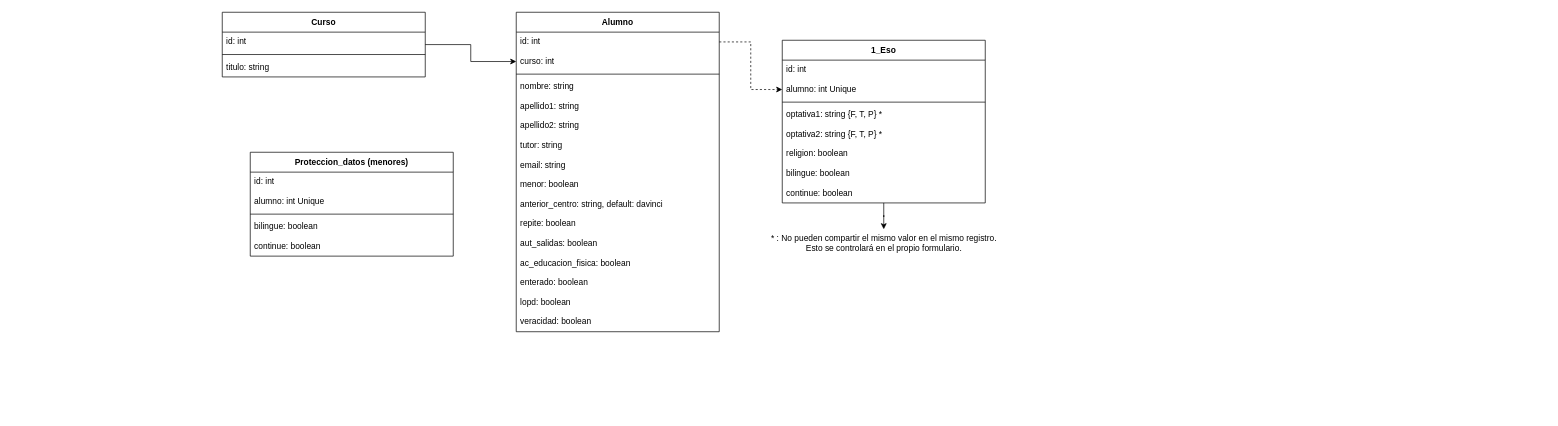
Before: Proyecto-Matricula-Online.drawio in Buhuk/diagramas, a draw.io diagram. Source tidied: cells renumbered, new cells numbered last; positions are measured from the earlier drawing's top-left corner, leaving out a move shared by most shapes. Both pictures are drawn from the tidied source at 70%, with x=0, y=0 at pixel (222, 12).
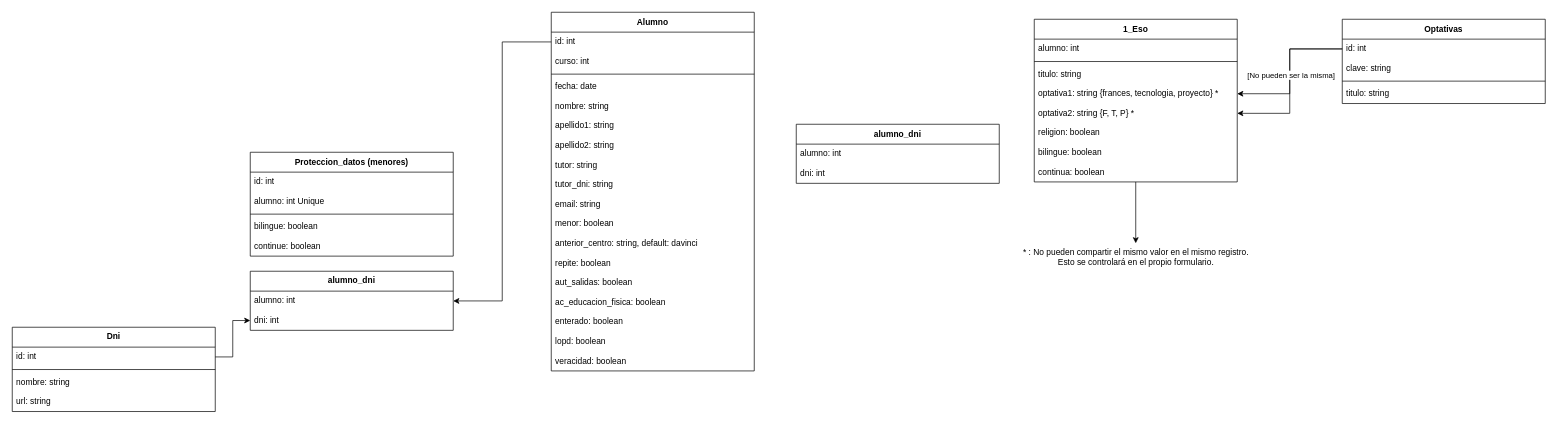
Above is the later version.

The change refers to these unchanged cells:
```xml
<mxCell id="3" value="id: int" style="text;strokeColor=none;fillColor=none;align=left;verticalAlign=top;spacingLeft=4;spacingRight=4;overflow=hidden;points=[[0,0.5],[1,0.5]];portConstraint=eastwest;" parent="2" vertex="1">
  <mxGeometry y="28.4" width="290" height="28" as="geometry" />
</mxCell>
<mxCell id="4" value="curso: int" style="text;strokeColor=none;fillColor=none;align=left;verticalAlign=top;spacingLeft=4;spacingRight=4;overflow=hidden;points=[[0,0.5],[1,0.5]];portConstraint=eastwest;" parent="2" vertex="1">
  <mxGeometry y="56.4" width="290" height="28" as="geometry" />
</mxCell>
<mxCell id="30" value="optativa2: string {F, T, P} *" style="text;strokeColor=none;fillColor=none;align=left;verticalAlign=top;spacingLeft=4;spacingRight=4;overflow=hidden;points=[[0,0.5],[1,0.5]];portConstraint=eastwest;" parent="25" vertex="1">
  <mxGeometry y="120.4" width="290" height="28" as="geometry" />
</mxCell>
```

Change to the diagram source:
```diff
@@
     <mxCell id="2" value="Alumno" style="swimlane;fontStyle=1;align=center;verticalAlign=top;horizontal=1;startSize=28.4;" parent="1" vertex="1">
-      <mxGeometry x="420" width="290" height="456.4" as="geometry" />
+      <mxGeometry x="470" width="290" height="512.4" as="geometry" />
     </mxCell>
@@
+    <mxCell id="42" value="fecha: date" style="text;strokeColor=none;fillColor=none;align=left;verticalAlign=top;spacingLeft=4;spacingRight=4;overflow=hidden;" parent="2" vertex="1">
+      <mxGeometry y="92.4" width="290" height="28" as="geometry" />
+    </mxCell>
     <mxCell id="6" value="nombre: string" style="text;strokeColor=none;fillColor=none;align=left;verticalAlign=top;spacingLeft=4;spacingRight=4;overflow=hidden;" parent="2" vertex="1">
-      <mxGeometry y="92.4" width="290" height="28" as="geometry" />
+      <mxGeometry y="120.4" width="290" height="28" as="geometry" />
     </mxCell>
     <mxCell id="7" value="apellido1: string" style="text;strokeColor=none;fillColor=none;align=left;verticalAlign=top;spacingLeft=4;spacingRight=4;overflow=hidden;" parent="2" vertex="1">
-      <mxGeometry y="120.4" width="290" height="28" as="geometry" />
+      <mxGeometry y="148.4" width="290" height="28" as="geometry" />
     </mxCell>
     <mxCell id="8" value="apellido2: string" style="text;strokeColor=none;fillColor=none;align=left;verticalAlign=top;spacingLeft=4;spacingRight=4;overflow=hidden;" parent="2" vertex="1">
-      <mxGeometry y="148.4" width="290" height="28" as="geometry" />
+      <mxGeometry y="176.4" width="290" height="28" as="geometry" />
     </mxCell>
     <mxCell id="9" value="tutor: string" style="text;strokeColor=none;fillColor=none;align=left;verticalAlign=top;spacingLeft=4;spacingRight=4;overflow=hidden;" parent="2" vertex="1">
-      <mxGeometry y="176.4" width="290" height="28" as="geometry" />
+      <mxGeometry y="204.4" width="290" height="28" as="geometry" />
     </mxCell>
+    <mxCell id="43" value="tutor_dni: string" style="text;strokeColor=none;fillColor=none;align=left;verticalAlign=top;spacingLeft=4;spacingRight=4;overflow=hidden;" parent="2" vertex="1">
+      <mxGeometry y="232.4" width="290" height="28" as="geometry" />
+    </mxCell>
     <mxCell id="10" value="email: string" style="text;strokeColor=none;fillColor=none;align=left;verticalAlign=top;spacingLeft=4;spacingRight=4;overflow=hidden;" parent="2" vertex="1">
-      <mxGeometry y="204.4" width="290" height="28" as="geometry" />
+      <mxGeometry y="260.4" width="290" height="28" as="geometry" />
     </mxCell>
     <mxCell id="11" value="menor: boolean" style="text;strokeColor=none;fillColor=none;align=left;verticalAlign=top;spacingLeft=4;spacingRight=4;overflow=hidden;" parent="2" vertex="1">
-      <mxGeometry y="232.4" width="290" height="28" as="geometry" />
+      <mxGeometry y="288.4" width="290" height="28" as="geometry" />
     </mxCell>
     <mxCell id="12" value="anterior_centro: string, default: davinci" style="text;strokeColor=none;fillColor=none;align=left;verticalAlign=top;spacingLeft=4;spacingRight=4;overflow=hidden;" parent="2" vertex="1">
-      <mxGeometry y="260.4" width="290" height="28" as="geometry" />
+      <mxGeometry y="316.4" width="290" height="28" as="geometry" />
     </mxCell>
     <mxCell id="13" value="repite: boolean" style="text;strokeColor=none;fillColor=none;align=left;verticalAlign=top;spacingLeft=4;spacingRight=4;overflow=hidden;" parent="2" vertex="1">
-      <mxGeometry y="288.4" width="290" height="28" as="geometry" />
+      <mxGeometry y="344.4" width="290" height="28" as="geometry" />
     </mxCell>
     <mxCell id="14" value="aut_salidas: boolean" style="text;strokeColor=none;fillColor=none;align=left;verticalAlign=top;spacingLeft=4;spacingRight=4;overflow=hidden;" parent="2" vertex="1">
-      <mxGeometry y="316.4" width="290" height="28" as="geometry" />
+      <mxGeometry y="372.4" width="290" height="28" as="geometry" />
     </mxCell>
     <mxCell id="15" value="ac_educacion_fisica: boolean" style="text;strokeColor=none;fillColor=none;align=left;verticalAlign=top;spacingLeft=4;spacingRight=4;overflow=hidden;" parent="2" vertex="1">
-      <mxGeometry y="344.4" width="290" height="28" as="geometry" />
+      <mxGeometry y="400.4" width="290" height="28" as="geometry" />
     </mxCell>
     <mxCell id="16" value="enterado: boolean" style="text;strokeColor=none;fillColor=none;align=left;verticalAlign=top;spacingLeft=4;spacingRight=4;overflow=hidden;" parent="2" vertex="1">
-      <mxGeometry y="372.4" width="290" height="28" as="geometry" />
+      <mxGeometry y="428.4" width="290" height="28" as="geometry" />
     </mxCell>
     <mxCell id="17" value="lopd: boolean" style="text;strokeColor=none;fillColor=none;align=left;verticalAlign=top;spacingLeft=4;spacingRight=4;overflow=hidden;" parent="2" vertex="1">
-      <mxGeometry y="400.4" width="290" height="28" as="geometry" />
+      <mxGeometry y="456.4" width="290" height="28" as="geometry" />
     </mxCell>
     <mxCell id="18" value="veracidad: boolean" style="text;strokeColor=none;fillColor=none;align=left;verticalAlign=top;spacingLeft=4;spacingRight=4;overflow=hidden;" parent="2" vertex="1">
-      <mxGeometry y="428.4" width="290" height="28" as="geometry" />
+      <mxGeometry y="484.4" width="290" height="28" as="geometry" />
     </mxCell>
-    <mxCell id="19" style="edgeStyle=orthogonalEdgeStyle;rounded=0;jettySize=auto;html=1;" parent="1" edge="1" source="20" target="4">
-      <mxGeometry relative="1" as="geometry" />
-    </mxCell>
-    <mxCell id="20" value="Curso" style="swimlane;fontStyle=1;align=center;verticalAlign=top;horizontal=1;startSize=28.4;" parent="1" vertex="1">
-      <mxGeometry width="290" height="92.4" as="geometry" />
-    </mxCell>
-    <mxCell id="21" value="id: int" style="text;strokeColor=none;fillColor=none;align=left;verticalAlign=top;spacingLeft=4;spacingRight=4;overflow=hidden;" parent="20" vertex="1">
-      <mxGeometry y="28.4" width="290" height="28" as="geometry" />
-    </mxCell>
-    <mxCell id="22" style="line;strokeWidth=1;fillColor=none;align=left;verticalAlign=middle;spacingTop=-1;spacingLeft=3;spacingRight=3;labelPosition=right;strokeColor=inherit;" parent="20" vertex="1">
-      <mxGeometry y="56.4" width="290" height="8" as="geometry" />
-    </mxCell>
-    <mxCell id="23" value="titulo: string" style="text;strokeColor=none;fillColor=none;align=left;verticalAlign=top;spacingLeft=4;spacingRight=4;overflow=hidden;" parent="20" vertex="1">
-      <mxGeometry y="64.4" width="290" height="28" as="geometry" />
-    </mxCell>
@@
     <mxCell id="25" value="1_Eso" style="swimlane;fontStyle=1;align=center;verticalAlign=top;horizontal=1;startSize=28.4;" parent="1" vertex="1">
-      <mxGeometry x="800" y="40" width="290" height="232.4" as="geometry" />
+      <mxGeometry x="1160" y="10" width="290" height="232.4" as="geometry" />
     </mxCell>
-    <mxCell id="26" value="id: int" style="text;strokeColor=none;fillColor=none;align=left;verticalAlign=top;spacingLeft=4;spacingRight=4;overflow=hidden;" parent="25" vertex="1">
-      <mxGeometry y="28.4" width="290" height="28" as="geometry" />
-    </mxCell>
-    <mxCell id="27" value="alumno: int Unique" style="text;strokeColor=none;fillColor=none;align=left;verticalAlign=top;spacingLeft=4;spacingRight=4;overflow=hidden;points=[[0,0.5],[1,0.5]];portConstraint=eastwest;" parent="25" vertex="1">
-      <mxGeometry y="56.4" width="290" height="28" as="geometry" />
-    </mxCell>
+    <mxCell id="44" value="alumno: int" style="text;strokeColor=none;fillColor=none;align=left;verticalAlign=top;spacingLeft=4;spacingRight=4;overflow=hidden;" parent="25" vertex="1">
+      <mxGeometry y="28.4" width="290" height="28" as="geometry" />
+    </mxCell>
     <mxCell id="28" style="line;strokeWidth=1;fillColor=none;align=left;verticalAlign=middle;spacingTop=-1;spacingLeft=3;spacingRight=3;labelPosition=right;strokeColor=inherit;" parent="25" vertex="1">
-      <mxGeometry y="84.4" width="290" height="8" as="geometry" />
+      <mxGeometry y="56.4" width="290" height="8" as="geometry" />
     </mxCell>
+    <mxCell id="23" value="titulo: string" style="text;strokeColor=none;fillColor=none;align=left;verticalAlign=top;spacingLeft=4;spacingRight=4;overflow=hidden;" parent="25" vertex="1">
+      <mxGeometry y="64.4" width="290" height="28" as="geometry" />
+    </mxCell>
-    <mxCell id="29" value="optativa1: string {F, T, P} *" style="text;strokeColor=none;fillColor=none;align=left;verticalAlign=top;spacingLeft=4;spacingRight=4;overflow=hidden;points=[[0,0.5],[1,0.5]];portConstraint=eastwest;" parent="25" vertex="1">
+    <mxCell id="29" value="optativa1: string {frances, tecnologia, proyecto} *" style="text;strokeColor=none;fillColor=none;align=left;verticalAlign=top;spacingLeft=4;spacingRight=4;overflow=hidden;points=[[0,0.5],[1,0.5]];portConstraint=eastwest;" parent="25" vertex="1">
       <mxGeometry y="92.4" width="290" height="28" as="geometry" />
     </mxCell>
@@
-    <mxCell id="33" value="continue: boolean" style="text;strokeColor=none;fillColor=none;align=left;verticalAlign=top;spacingLeft=4;spacingRight=4;overflow=hidden;" parent="25" vertex="1">
+    <mxCell id="33" value="continua: boolean" style="text;strokeColor=none;fillColor=none;align=left;verticalAlign=top;spacingLeft=4;spacingRight=4;overflow=hidden;" parent="25" vertex="1">
       <mxGeometry y="204.4" width="290" height="28" as="geometry" />
     </mxCell>
-    <mxCell id="34" style="edgeStyle=orthogonalEdgeStyle;rounded=0;jettySize=auto;html=1;exitX=1;exitY=0.5;exitDx=0;exitDy=0;dashed=1;" parent="1" edge="1" source="3" target="27">
-      <mxGeometry relative="1" as="geometry" />
-    </mxCell>
     <mxCell id="35" value="* : No pueden compartir el mismo valor en el mismo registro.&lt;br&gt;Esto se controlará en el propio formulario." style="text;html=1;align=center;verticalAlign=middle;points=[];strokeColor=none;fillColor=none;" parent="1" vertex="1">
-      <mxGeometry x="765" y="310" width="360" height="40" as="geometry" />
+      <mxGeometry x="1125" y="330" width="360" height="40" as="geometry" />
     </mxCell>
@@
+    <mxCell id="45" value="alumno_dni" style="swimlane;fontStyle=1;align=center;verticalAlign=top;horizontal=1;startSize=28.4;" parent="1" vertex="1">
+      <mxGeometry x="40" y="370" width="290" height="84.4" as="geometry" />
+    </mxCell>
+    <mxCell id="46" value="alumno: int" style="text;strokeColor=none;fillColor=none;align=left;verticalAlign=top;spacingLeft=4;spacingRight=4;overflow=hidden;points=[[0,0.5],[1,0.5]];portConstraint=eastwest;" parent="45" vertex="1">
+      <mxGeometry y="28.4" width="290" height="28" as="geometry" />
+    </mxCell>
+    <mxCell id="47" value="dni: int" style="text;strokeColor=none;fillColor=none;align=left;verticalAlign=top;spacingLeft=4;spacingRight=4;overflow=hidden;points=[[0,0.5],[1,0.5]];portConstraint=eastwest;" parent="45" vertex="1">
+      <mxGeometry y="56.4" width="290" height="28" as="geometry" />
+    </mxCell>
+    <mxCell id="48" value="Dni" style="swimlane;fontStyle=1;align=center;verticalAlign=top;horizontal=1;startSize=28.4;" parent="1" vertex="1">
+      <mxGeometry x="-300" y="450" width="290" height="120.4" as="geometry" />
+    </mxCell>
+    <mxCell id="49" value="id: int" style="text;strokeColor=none;fillColor=none;align=left;verticalAlign=top;spacingLeft=4;spacingRight=4;overflow=hidden;points=[[0,0.5],[1,0.5]];portConstraint=eastwest;" parent="48" vertex="1">
+      <mxGeometry y="28.4" width="290" height="28" as="geometry" />
+    </mxCell>
+    <mxCell id="22" style="line;strokeWidth=1;fillColor=none;align=left;verticalAlign=middle;spacingTop=-1;spacingLeft=3;spacingRight=3;labelPosition=right;strokeColor=inherit;" parent="48" vertex="1">
+      <mxGeometry y="56.4" width="290" height="8" as="geometry" />
+    </mxCell>
+    <mxCell id="50" value="nombre: string" style="text;strokeColor=none;fillColor=none;align=left;verticalAlign=top;spacingLeft=4;spacingRight=4;overflow=hidden;" parent="48" vertex="1">
+      <mxGeometry y="64.4" width="290" height="28" as="geometry" />
+    </mxCell>
+    <mxCell id="51" value="url: string" style="text;strokeColor=none;fillColor=none;align=left;verticalAlign=top;spacingLeft=4;spacingRight=4;overflow=hidden;" parent="48" vertex="1">
+      <mxGeometry y="92.4" width="290" height="28" as="geometry" />
+    </mxCell>
+    <mxCell id="52" style="edgeStyle=orthogonalEdgeStyle;rounded=0;jettySize=auto;html=1;" parent="1" edge="1" source="49" target="47">
+      <mxGeometry relative="1" as="geometry" />
+    </mxCell>
+    <mxCell id="53" style="edgeStyle=orthogonalEdgeStyle;rounded=0;jettySize=auto;html=1;" parent="1" edge="1" source="3" target="46">
+      <mxGeometry relative="1" as="geometry" />
+    </mxCell>
+    <mxCell id="54" value="Optativas" style="swimlane;fontStyle=1;align=center;verticalAlign=top;horizontal=1;startSize=28.4;" parent="1" vertex="1">
+      <mxGeometry x="1600" y="10" width="290" height="120.4" as="geometry" />
+    </mxCell>
+    <mxCell id="55" value="id: int" style="text;strokeColor=none;fillColor=none;align=left;verticalAlign=top;spacingLeft=4;spacingRight=4;overflow=hidden;points=[[0,0.5],[1,0.5]];portConstraint=eastwest;" parent="54" vertex="1">
+      <mxGeometry y="28.4" width="290" height="28" as="geometry" />
+    </mxCell>
+    <mxCell id="56" value="clave: string" style="text;strokeColor=none;fillColor=none;align=left;verticalAlign=top;spacingLeft=4;spacingRight=4;overflow=hidden;" parent="54" vertex="1">
+      <mxGeometry y="56.4" width="290" height="28" as="geometry" />
+    </mxCell>
+    <mxCell id="57" style="line;strokeWidth=1;fillColor=none;align=left;verticalAlign=middle;spacingTop=-1;spacingLeft=3;spacingRight=3;labelPosition=right;strokeColor=inherit;" parent="54" vertex="1">
+      <mxGeometry y="84.4" width="290" height="8" as="geometry" />
+    </mxCell>
+    <mxCell id="58" value="titulo: string" style="text;strokeColor=none;fillColor=none;align=left;verticalAlign=top;spacingLeft=4;spacingRight=4;overflow=hidden;" parent="54" vertex="1">
+      <mxGeometry y="92.4" width="290" height="28" as="geometry" />
+    </mxCell>
+    <mxCell id="59" style="edgeStyle=orthogonalEdgeStyle;rounded=0;jettySize=auto;html=1;" parent="1" edge="1" source="55" target="30">
+      <mxGeometry relative="1" as="geometry" />
+    </mxCell>
+    <mxCell id="60" style="edgeStyle=orthogonalEdgeStyle;rounded=0;jettySize=auto;html=1;" parent="1" edge="1" source="55" target="29">
+      <mxGeometry relative="1" as="geometry" />
+    </mxCell>
+    <mxCell id="61" value="[No pueden ser la misma]" style="edgeLabel;html=1;align=center;verticalAlign=middle;" parent="60" vertex="1">
+      <mxGeometry x="0.05" y="1" relative="1" as="geometry" />
+    </mxCell>
+    <mxCell id="62" value="alumno_dni" style="swimlane;fontStyle=1;align=center;verticalAlign=top;horizontal=1;startSize=28.4;" parent="1" vertex="1">
+      <mxGeometry x="820" y="160" width="290" height="84.4" as="geometry" />
+    </mxCell>
+    <mxCell id="63" value="alumno: int" style="text;strokeColor=none;fillColor=none;align=left;verticalAlign=top;spacingLeft=4;spacingRight=4;overflow=hidden;" parent="62" vertex="1">
+      <mxGeometry y="28.4" width="290" height="28" as="geometry" />
+    </mxCell>
+    <mxCell id="64" value="dni: int" style="text;strokeColor=none;fillColor=none;align=left;verticalAlign=top;spacingLeft=4;spacingRight=4;overflow=hidden;" parent="62" vertex="1">
+      <mxGeometry y="56.4" width="290" height="28" as="geometry" />
+    </mxCell>
```
